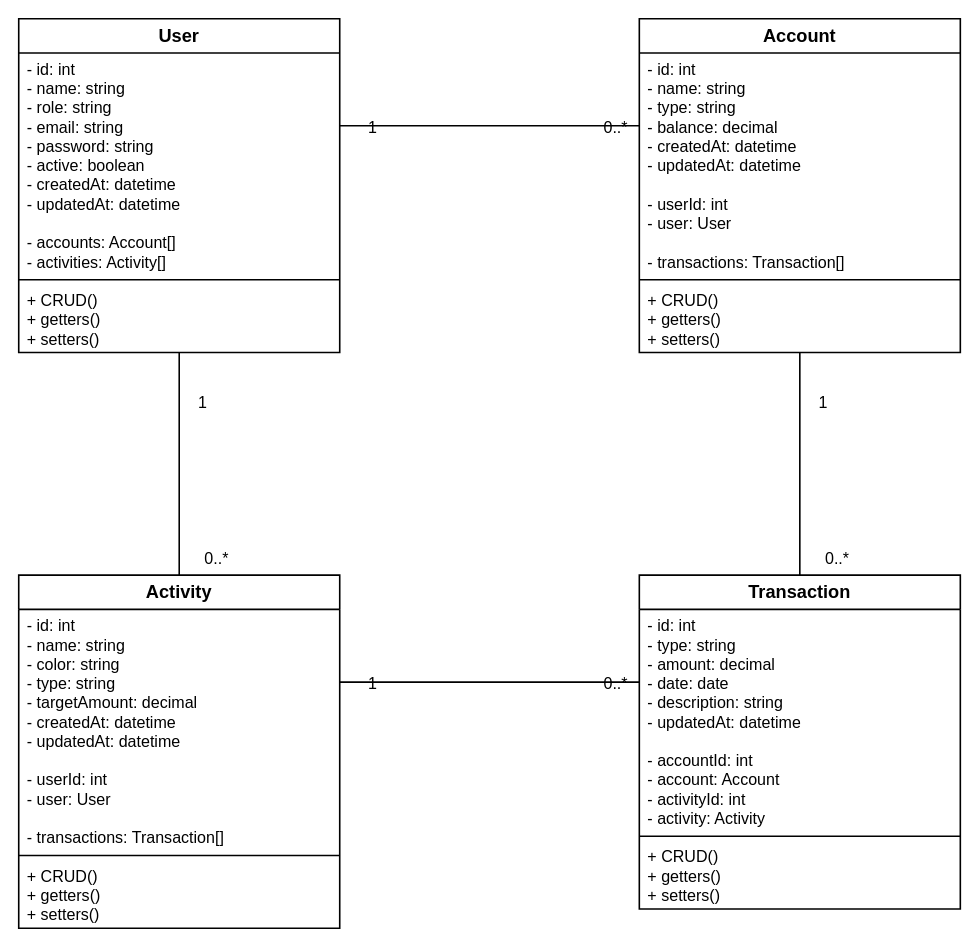
Above: docs/architecture/deliverable-2/class-diagram.drawio in AndresVelez31/FinZen (draw.io), before the change. Source tidied: cells renumbered, new cells numbered last; positions are measured from the earlier drawing's top-left corner, leaving out a move shared by most shapes. Both pictures are drawn from the tidied source at 107%, with x=0, y=0 at pixel (18, 18).
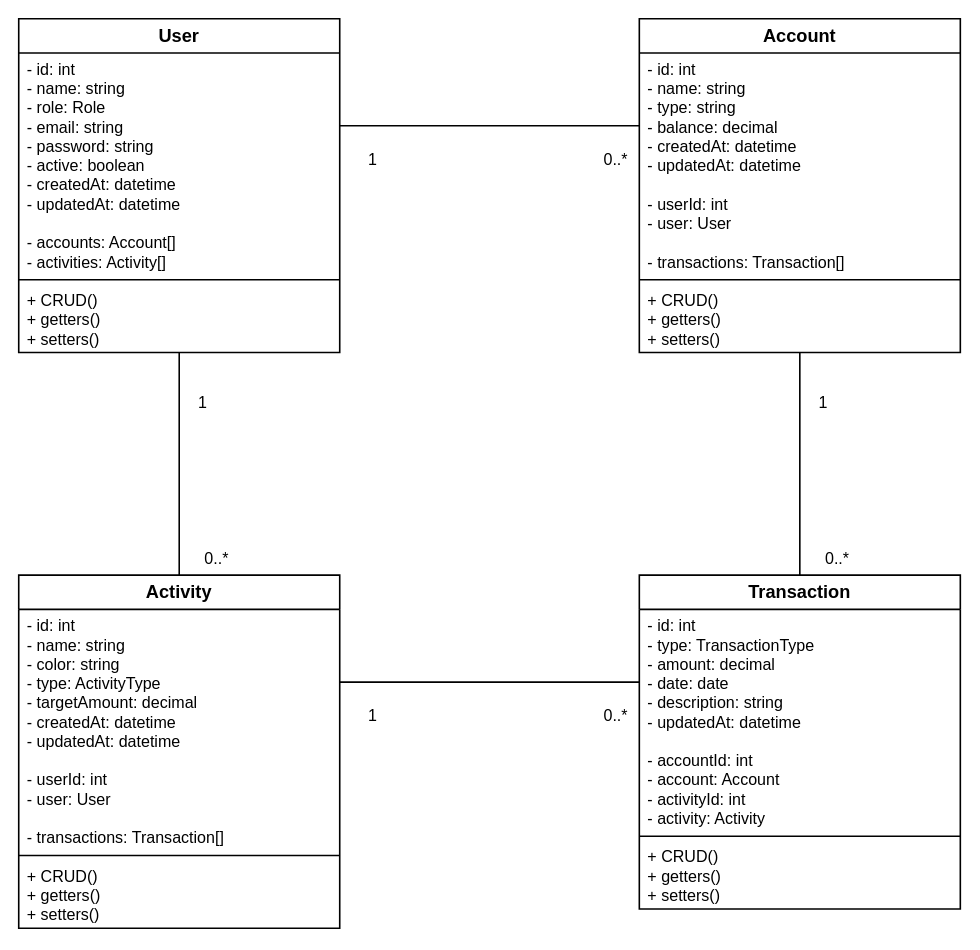
The same page after the edit.

The change refers to these unchanged cells:
```xml
<mxCell id="2" value="User" style="swimlane;fontStyle=1;align=center;verticalAlign=top;horizontal=1;startSize=32;whiteSpace=wrap;html=1;fontSize=17;fillColor=#ffffff;strokeColor=#000000;strokeWidth=1.5;" parent="1" vertex="1">
  <mxGeometry width="300" height="312" as="geometry" />
</mxCell>
<mxCell id="10" value="Activity" style="swimlane;fontStyle=1;align=center;verticalAlign=top;horizontal=1;startSize=32;whiteSpace=wrap;html=1;fontSize=17;fillColor=#ffffff;strokeColor=#000000;strokeWidth=1.5;" parent="1" vertex="1">
  <mxGeometry y="520" width="300" height="330" as="geometry" />
</mxCell>
<mxCell id="14" value="Transaction" style="swimlane;fontStyle=1;align=center;verticalAlign=top;horizontal=1;startSize=32;whiteSpace=wrap;html=1;fontSize=17;fillColor=#ffffff;strokeColor=#000000;strokeWidth=1.5;" parent="1" vertex="1">
  <mxGeometry x="580" y="520" width="300" height="312" as="geometry" />
</mxCell>
<mxCell id="18" style="endArrow=none;html=1;rounded=0;strokeColor=#000000;strokeWidth=1.5;exitX=1;exitY=0.3205;entryX=0;entryY=0.3205;" parent="1" edge="1" source="2" target="6">
  <mxGeometry relative="1" as="geometry" />
</mxCell>
<mxCell id="27" style="endArrow=none;html=1;rounded=0;strokeColor=#000000;strokeWidth=1.5;exitX=1;exitY=0.3030;entryX=0;entryY=0.3205;" parent="1" edge="1" source="10" target="14">
  <mxGeometry relative="1" as="geometry" />
</mxCell>
```

The edit, as a diff of the source:
```diff
@@
-    <mxCell id="3" value="- id: int&lt;br&gt;- name: string&lt;br&gt;- role: string&lt;br&gt;- email: string&lt;br&gt;- password: string&lt;br&gt;- active: boolean&lt;br&gt;- createdAt: datetime&lt;br&gt;- updatedAt: datetime&lt;br&gt;&lt;br&gt;- accounts: Account[]&lt;br&gt;- activities: Activity[]" style="text;strokeColor=none;fillColor=none;align=left;verticalAlign=top;spacingLeft=6;spacingRight=4;overflow=hidden;whiteSpace=wrap;html=1;fontSize=15;" parent="2" vertex="1">
+    <mxCell id="3" value="- id: int&lt;br&gt;- name: string&lt;br&gt;- role: Role&lt;br&gt;- email: string&lt;br&gt;- password: string&lt;br&gt;- active: boolean&lt;br&gt;- createdAt: datetime&lt;br&gt;- updatedAt: datetime&lt;br&gt;&lt;br&gt;- accounts: Account[]&lt;br&gt;- activities: Activity[]" style="text;strokeColor=none;fillColor=none;align=left;verticalAlign=top;spacingLeft=6;spacingRight=4;overflow=hidden;whiteSpace=wrap;html=1;fontSize=15;" parent="2" vertex="1">
       <mxGeometry y="32" width="300" height="208" as="geometry" />
     </mxCell>
@@
-    <mxCell id="11" value="- id: int&lt;br&gt;- name: string&lt;br&gt;- color: string&lt;br&gt;- type: string&lt;br&gt;- targetAmount: decimal&lt;br&gt;- createdAt: datetime&lt;br&gt;- updatedAt: datetime&lt;br&gt;&lt;br&gt;- userId: int&lt;br&gt;- user: User&lt;br&gt;&lt;br&gt;- transactions: Transaction[]" style="text;strokeColor=none;fillColor=none;align=left;verticalAlign=top;spacingLeft=6;spacingRight=4;overflow=hidden;whiteSpace=wrap;html=1;fontSize=15;" parent="10" vertex="1">
+    <mxCell id="11" value="- id: int&lt;br&gt;- name: string&lt;br&gt;- color: string&lt;br&gt;- type: ActivityType&lt;br&gt;- targetAmount: decimal&lt;br&gt;- createdAt: datetime&lt;br&gt;- updatedAt: datetime&lt;br&gt;&lt;br&gt;- userId: int&lt;br&gt;- user: User&lt;br&gt;&lt;br&gt;- transactions: Transaction[]" style="text;strokeColor=none;fillColor=none;align=left;verticalAlign=top;spacingLeft=6;spacingRight=4;overflow=hidden;whiteSpace=wrap;html=1;fontSize=15;" parent="10" vertex="1">
       <mxGeometry y="32" width="300" height="226" as="geometry" />
     </mxCell>
@@
-    <mxCell id="15" value="- id: int&lt;br&gt;- type: string&lt;br&gt;- amount: decimal&lt;br&gt;- date: date&lt;br&gt;- description: string&lt;br&gt;- updatedAt: datetime&lt;br&gt;&lt;br&gt;- accountId: int&lt;br&gt;- account: Account&lt;br&gt;- activityId: int&lt;br&gt;- activity: Activity" style="text;strokeColor=none;fillColor=none;align=left;verticalAlign=top;spacingLeft=6;spacingRight=4;overflow=hidden;whiteSpace=wrap;html=1;fontSize=15;" parent="14" vertex="1">
+    <mxCell id="15" value="- id: int&lt;br&gt;- type: TransactionType&lt;br&gt;- amount: decimal&lt;br&gt;- date: date&lt;br&gt;- description: string&lt;br&gt;- updatedAt: datetime&lt;br&gt;&lt;br&gt;- accountId: int&lt;br&gt;- account: Account&lt;br&gt;- activityId: int&lt;br&gt;- activity: Activity" style="text;strokeColor=none;fillColor=none;align=left;verticalAlign=top;spacingLeft=6;spacingRight=4;overflow=hidden;whiteSpace=wrap;html=1;fontSize=15;" parent="14" vertex="1">
       <mxGeometry y="32" width="300" height="208" as="geometry" />
     </mxCell>
@@
     <mxCell id="19" value="1" style="edgeLabel;html=1;fontSize=15;labelBackgroundColor=none;" parent="18" vertex="1">
-      <mxGeometry x="-0.85" y="14" relative="1" as="geometry">
+      <mxGeometry x="-0.85" y="-16" relative="1" as="geometry">
         <mxPoint x="4" as="offset" />
       </mxGeometry>
     </mxCell>
     <mxCell id="20" value="0..*" style="edgeLabel;html=1;fontSize=15;labelBackgroundColor=none;" parent="18" vertex="1">
-      <mxGeometry x="0.85" y="14" relative="1" as="geometry">
+      <mxGeometry x="0.85" y="-16" relative="1" as="geometry">
         <mxPoint x="-14" as="offset" />
       </mxGeometry>
     </mxCell>
@@
     <mxCell id="28" value="1" style="edgeLabel;html=1;fontSize=15;labelBackgroundColor=none;" parent="27" vertex="1">
-      <mxGeometry x="-0.85" y="14" relative="1" as="geometry">
+      <mxGeometry x="-0.85" y="-16" relative="1" as="geometry">
         <mxPoint x="4" as="offset" />
       </mxGeometry>
     </mxCell>
     <mxCell id="29" value="0..*" style="edgeLabel;html=1;fontSize=15;labelBackgroundColor=none;" parent="27" vertex="1">
-      <mxGeometry x="0.85" y="14" relative="1" as="geometry">
+      <mxGeometry x="0.85" y="-16" relative="1" as="geometry">
         <mxPoint x="-14" as="offset" />
       </mxGeometry>
     </mxCell>
```
